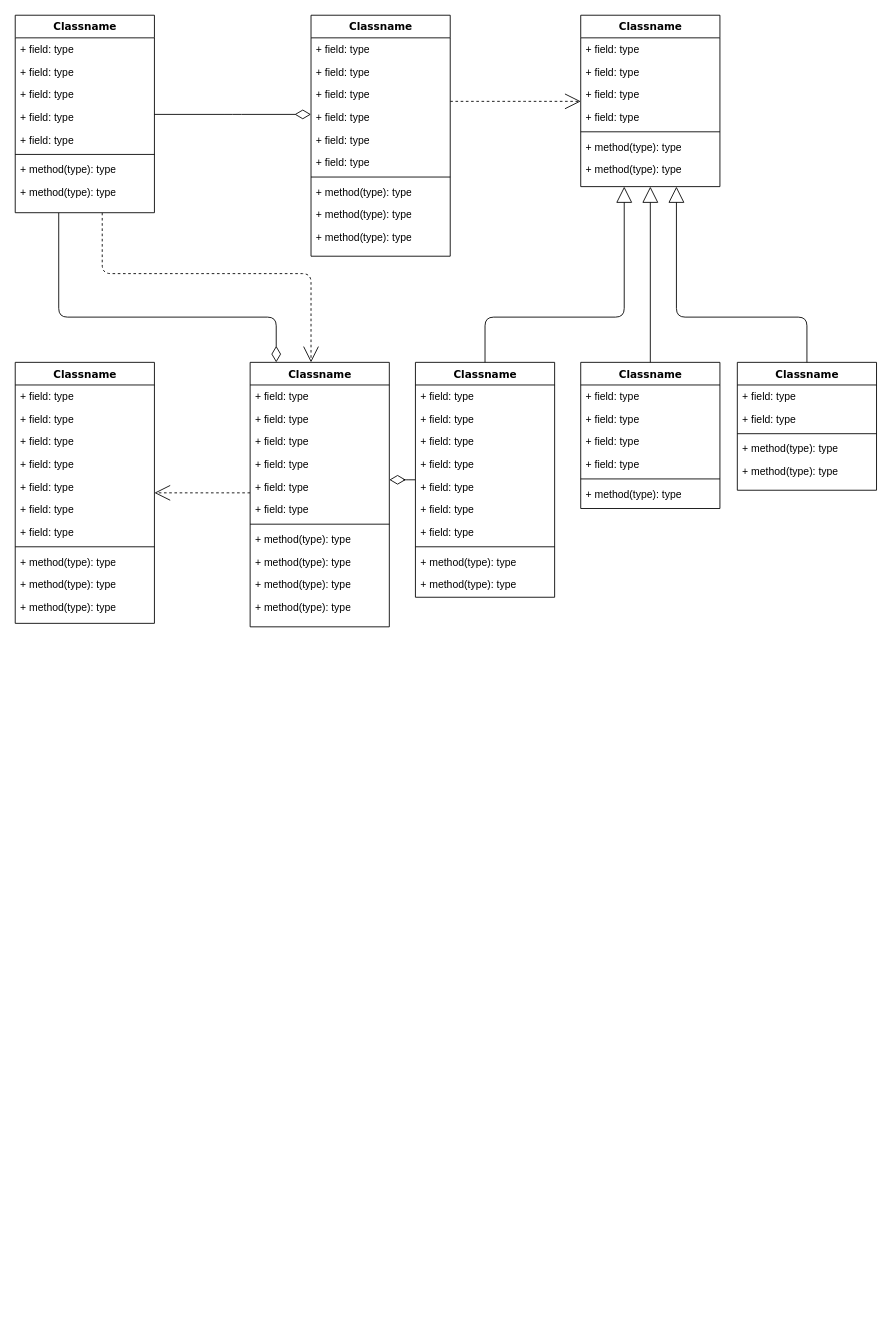
This is Untitled Diagram.drawio from jianghaicheng/HelloWorld, a draw.io file, before an edit. Source tidied: cells renumbered, new cells numbered last; positions are measured from the earlier drawing's top-left corner, leaving out a move shared by most shapes. Both pictures are drawn from the tidied source at 87%, with x=0, y=0 at pixel (15, 15).
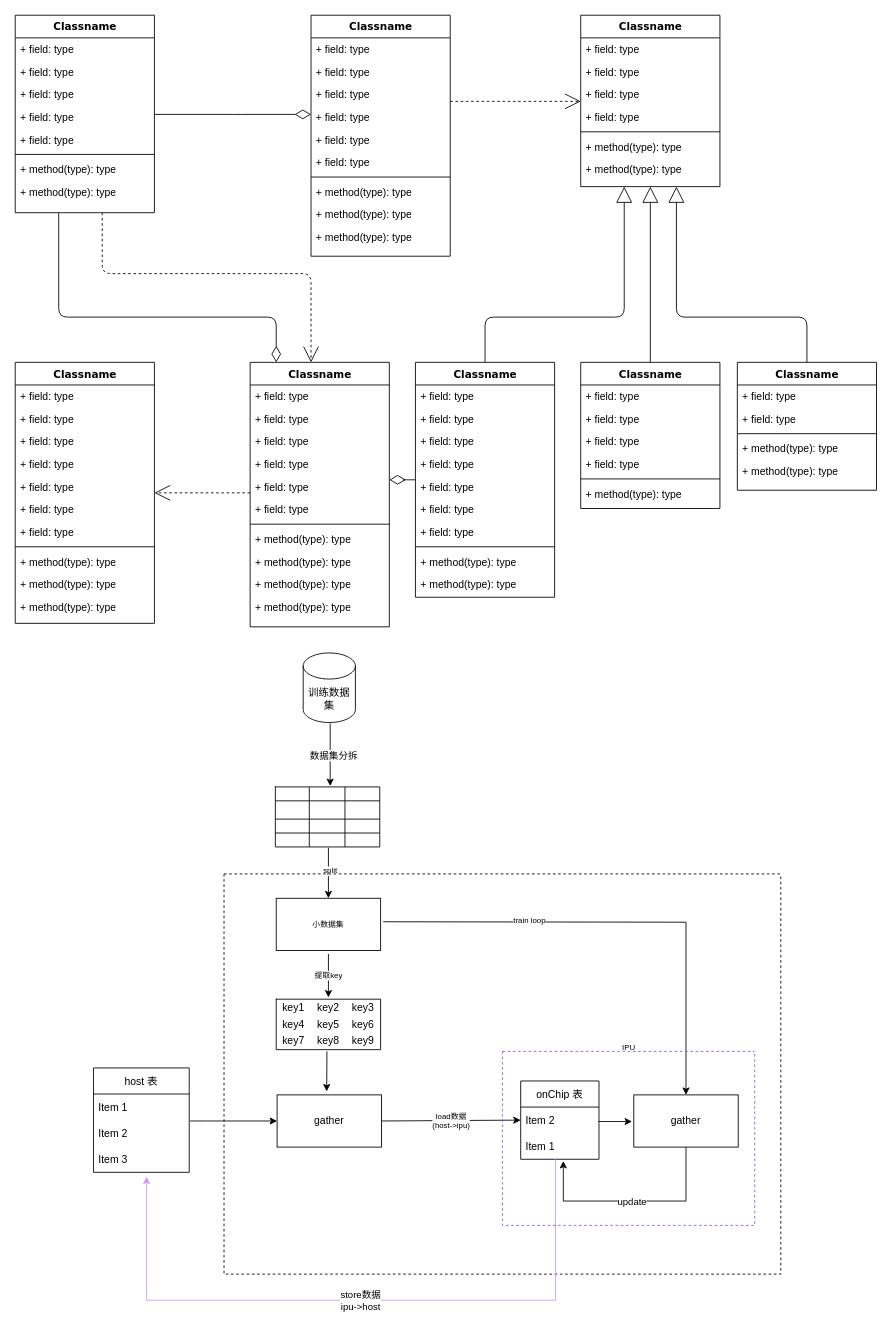
Above is the later version.

Change to the diagram source:
```diff
@@
+    <mxCell id="87" value="gather" style="rounded=0;whiteSpace=wrap;html=1;" parent="1" vertex="1">
+      <mxGeometry x="711" y="1241" width="120" height="60" as="geometry" />
+    </mxCell>
+    <mxCell id="88" value="gather" style="rounded=0;whiteSpace=wrap;html=1;" parent="1" vertex="1">
+      <mxGeometry x="301" y="1241" width="120" height="60" as="geometry" />
+    </mxCell>
+    <mxCell id="89" style="edgeStyle=orthogonalEdgeStyle;rounded=0;jettySize=auto;html=1;" parent="1" edge="1" target="88">
+      <mxGeometry relative="1" as="geometry">
+        <mxPoint x="201" y="1271" as="sourcePoint" />
+        <Array as="points">
+          <mxPoint x="220" y="1271" />
+          <mxPoint x="220" y="1271" />
+        </Array>
+      </mxGeometry>
+    </mxCell>
+    <mxCell id="90" style="endArrow=classic;html=1;rounded=0;exitX=0.5;exitY=1;exitDx=0;exitDy=0;" parent="1" edge="1" source="87">
+      <mxGeometry relative="1" as="geometry">
+        <mxPoint x="630" y="1317" as="targetPoint" />
+        <Array as="points">
+          <mxPoint x="771" y="1363" />
+          <mxPoint x="630" y="1363" />
+        </Array>
+      </mxGeometry>
+    </mxCell>
+    <mxCell id="91" value="update" style="edgeLabel;html=1;align=center;verticalAlign=middle;" parent="90" vertex="1">
+      <mxGeometry relative="1" as="geometry" />
+    </mxCell>
+    <mxCell id="92" style="edgeStyle=orthogonalEdgeStyle;rounded=0;orthogonalLoop=1;jettySize=auto;html=1;exitX=1.027;exitY=-0.369;exitDx=0;exitDy=0;exitPerimeter=0;" parent="1" edge="1">
+      <mxGeometry relative="1" as="geometry">
+        <mxPoint x="670.4" y="1271.6" as="sourcePoint" />
+        <mxPoint x="709" y="1271" as="targetPoint" />
+      </mxGeometry>
+    </mxCell>
+    <mxCell id="93" style="edgeStyle=orthogonalEdgeStyle;rounded=0;jettySize=auto;html=1;entryX=0.5;entryY=0;entryDx=0;entryDy=0;" parent="1" edge="1" target="87">
+      <mxGeometry relative="1" as="geometry">
+        <mxPoint x="423" y="1042" as="sourcePoint" />
+      </mxGeometry>
+    </mxCell>
+    <mxCell id="94" value="train loop" style="edgeLabel;html=1;align=center;verticalAlign=middle;fontSize=9;" parent="93" vertex="1">
+      <mxGeometry x="-0.39" y="2" relative="1" as="geometry" />
+    </mxCell>
+    <mxCell id="95" value="训练数据集" style="shape=cylinder3;whiteSpace=wrap;html=1;boundedLbl=1;backgroundOutline=1;size=15;" parent="1" vertex="1">
+      <mxGeometry x="331" y="733" width="60" height="80" as="geometry" />
+    </mxCell>
+    <mxCell id="96" style="edgeStyle=orthogonalEdgeStyle;rounded=0;orthogonalLoop=1;jettySize=auto;html=1;" parent="1" edge="1">
+      <mxGeometry relative="1" as="geometry">
+        <mxPoint x="362" y="814" as="sourcePoint" />
+        <mxPoint x="362" y="886" as="targetPoint" />
+        <Array as="points">
+          <mxPoint x="362" y="886" />
+        </Array>
+      </mxGeometry>
+    </mxCell>
+    <mxCell id="97" value="数据集分拆" style="edgeLabel;html=1;align=center;verticalAlign=middle;" parent="96" vertex="1">
+      <mxGeometry x="-0.01" y="3" relative="1" as="geometry" />
+    </mxCell>
+    <mxCell id="98" style="shape=table;html=1;whiteSpace=wrap;startSize=0;childLayout=tableLayout;" parent="1" vertex="1">
+      <mxGeometry x="299" y="887" width="120" height="69" as="geometry" />
+    </mxCell>
+    <mxCell id="99" style="shape=tableRow;horizontal=0;startSize=0;swimlaneHead=0;swimlaneBody=0;top=0;left=0;bottom=0;right=0;fillColor=none;" parent="98" vertex="1">
+      <mxGeometry width="120" height="16" as="geometry" />
+    </mxCell>
+    <mxCell id="100" style="shape=partialRectangle;html=1;whiteSpace=wrap;fillColor=none;top=0;left=0;bottom=0;right=0;overflow=hidden;" parent="99" vertex="1">
+      <mxGeometry width="39" height="16" as="geometry" />
+    </mxCell>
+    <mxCell id="101" style="shape=partialRectangle;html=1;whiteSpace=wrap;fillColor=none;top=0;left=0;bottom=0;right=0;overflow=hidden;" parent="99" vertex="1">
+      <mxGeometry x="39" width="41" height="16" as="geometry" />
+    </mxCell>
+    <mxCell id="102" style="shape=partialRectangle;html=1;whiteSpace=wrap;fillColor=none;top=0;left=0;bottom=0;right=0;overflow=hidden;" parent="99" vertex="1">
+      <mxGeometry x="80" width="40" height="16" as="geometry" />
+    </mxCell>
+    <mxCell id="103" style="shape=tableRow;horizontal=0;startSize=0;swimlaneHead=0;swimlaneBody=0;top=0;left=0;bottom=0;right=0;fillColor=none;" parent="98" vertex="1">
+      <mxGeometry y="16" width="120" height="21" as="geometry" />
+    </mxCell>
+    <mxCell id="104" style="shape=partialRectangle;html=1;whiteSpace=wrap;fillColor=none;top=0;left=0;bottom=0;right=0;overflow=hidden;" parent="103" vertex="1">
+      <mxGeometry width="39" height="21" as="geometry" />
+    </mxCell>
+    <mxCell id="105" style="shape=partialRectangle;html=1;whiteSpace=wrap;fillColor=none;top=0;left=0;bottom=0;right=0;overflow=hidden;" parent="103" vertex="1">
+      <mxGeometry x="39" width="41" height="21" as="geometry" />
+    </mxCell>
+    <mxCell id="106" style="shape=partialRectangle;html=1;whiteSpace=wrap;fillColor=none;top=0;left=0;bottom=0;right=0;overflow=hidden;" parent="103" vertex="1">
+      <mxGeometry x="80" width="40" height="21" as="geometry" />
+    </mxCell>
+    <mxCell id="107" style="shape=tableRow;horizontal=0;startSize=0;swimlaneHead=0;swimlaneBody=0;top=0;left=0;bottom=0;right=0;fillColor=none;" parent="98" vertex="1">
+      <mxGeometry y="37" width="120" height="16" as="geometry" />
+    </mxCell>
+    <mxCell id="108" style="shape=partialRectangle;html=1;whiteSpace=wrap;fillColor=none;top=0;left=0;bottom=0;right=0;overflow=hidden;" parent="107" vertex="1">
+      <mxGeometry width="39" height="16" as="geometry" />
+    </mxCell>
+    <mxCell id="109" style="shape=partialRectangle;html=1;whiteSpace=wrap;fillColor=none;top=0;left=0;bottom=0;right=0;overflow=hidden;" parent="107" vertex="1">
+      <mxGeometry x="39" width="41" height="16" as="geometry" />
+    </mxCell>
+    <mxCell id="110" style="shape=partialRectangle;html=1;whiteSpace=wrap;fillColor=none;top=0;left=0;bottom=0;right=0;overflow=hidden;" parent="107" vertex="1">
+      <mxGeometry x="80" width="40" height="16" as="geometry" />
+    </mxCell>
+    <mxCell id="111" style="shape=tableRow;horizontal=0;startSize=0;swimlaneHead=0;swimlaneBody=0;top=0;left=0;bottom=0;right=0;fillColor=none;" parent="98" vertex="1">
+      <mxGeometry y="53" width="120" height="16" as="geometry" />
+    </mxCell>
+    <mxCell id="112" style="shape=partialRectangle;html=1;whiteSpace=wrap;fillColor=none;top=0;left=0;bottom=0;right=0;overflow=hidden;" parent="111" vertex="1">
+      <mxGeometry width="39" height="16" as="geometry" />
+    </mxCell>
+    <mxCell id="113" style="shape=partialRectangle;html=1;whiteSpace=wrap;fillColor=none;top=0;left=0;bottom=0;right=0;overflow=hidden;" parent="111" vertex="1">
+      <mxGeometry x="39" width="41" height="16" as="geometry" />
+    </mxCell>
+    <mxCell id="114" style="shape=partialRectangle;html=1;whiteSpace=wrap;fillColor=none;top=0;left=0;bottom=0;right=0;overflow=hidden;" parent="111" vertex="1">
+      <mxGeometry x="80" width="40" height="16" as="geometry" />
+    </mxCell>
+    <mxCell id="115" value="host 表" style="swimlane;fontStyle=0;horizontal=1;startSize=30;" parent="1" vertex="1">
+      <mxGeometry x="90" y="1210" width="110" height="120" as="geometry" />
+    </mxCell>
+    <mxCell id="116" value="Item 1" style="text;strokeColor=none;fillColor=none;align=left;verticalAlign=middle;spacingLeft=4;spacingRight=4;overflow=hidden;" parent="115" vertex="1">
+      <mxGeometry y="30" width="110" height="30" as="geometry" />
+    </mxCell>
+    <mxCell id="117" value="Item 2" style="text;strokeColor=none;fillColor=none;align=left;verticalAlign=middle;spacingLeft=4;spacingRight=4;overflow=hidden;" parent="115" vertex="1">
+      <mxGeometry y="60" width="110" height="30" as="geometry" />
+    </mxCell>
+    <mxCell id="118" value="Item 3" style="text;strokeColor=none;fillColor=none;align=left;verticalAlign=middle;spacingLeft=4;spacingRight=4;overflow=hidden;" parent="115" vertex="1">
+      <mxGeometry y="90" width="110" height="30" as="geometry" />
+    </mxCell>
+    <mxCell id="119" value="onChip 表" style="swimlane;fontStyle=0;horizontal=1;startSize=30;" parent="1" vertex="1">
+      <mxGeometry x="581" y="1225" width="90" height="90" as="geometry" />
+    </mxCell>
+    <mxCell id="120" value="Item 2" style="text;strokeColor=none;fillColor=none;align=left;verticalAlign=middle;spacingLeft=4;spacingRight=4;overflow=hidden;points=[[0,0.5],[1,0.5]];portConstraint=eastwest;" parent="119" vertex="1">
+      <mxGeometry y="30" width="90" height="30" as="geometry" />
+    </mxCell>
+    <mxCell id="121" value="Item 1" style="text;strokeColor=none;fillColor=none;align=left;verticalAlign=middle;spacingLeft=4;spacingRight=4;overflow=hidden;" parent="119" vertex="1">
+      <mxGeometry y="60" width="90" height="30" as="geometry" />
+    </mxCell>
+    <mxCell id="122" value="load数据&lt;br&gt;(host-&amp;gt;ipu)" style="endArrow=classic;html=1;rounded=0;fontSize=9;entryX=0;entryY=0.5;entryDx=0;entryDy=0;exitX=1;exitY=0.5;exitDx=0;exitDy=0;" parent="1" edge="1" source="88" target="120">
+      <mxGeometry relative="1" as="geometry" />
+    </mxCell>
+    <mxCell id="123" style="shape=table;html=1;whiteSpace=wrap;startSize=0;childLayout=tableLayout;columnLines=0;rowLines=0;fontSize=9;" parent="1" vertex="1">
+      <mxGeometry x="300" y="1131" width="120" height="58" as="geometry" />
+    </mxCell>
+    <mxCell id="124" style="shape=tableRow;horizontal=0;startSize=0;swimlaneHead=0;swimlaneBody=0;top=0;left=0;bottom=0;right=0;fillColor=none;fontSize=9;" parent="123" vertex="1">
+      <mxGeometry width="120" height="20" as="geometry" />
+    </mxCell>
+    <mxCell id="125" value="key1" style="shape=partialRectangle;html=1;whiteSpace=wrap;fillColor=none;top=0;left=0;bottom=0;right=0;overflow=hidden;fontSize=12;" parent="124" vertex="1">
+      <mxGeometry width="40" height="20" as="geometry" />
+    </mxCell>
+    <mxCell id="126" value="key2" style="shape=partialRectangle;html=1;whiteSpace=wrap;fillColor=none;top=0;left=0;bottom=0;right=0;overflow=hidden;fontSize=12;" parent="124" vertex="1">
+      <mxGeometry x="40" width="40" height="20" as="geometry" />
+    </mxCell>
+    <mxCell id="127" value="key3" style="shape=partialRectangle;html=1;whiteSpace=wrap;fillColor=none;top=0;left=0;bottom=0;right=0;overflow=hidden;fontSize=12;" parent="124" vertex="1">
+      <mxGeometry x="80" width="40" height="20" as="geometry" />
+    </mxCell>
+    <mxCell id="128" style="shape=tableRow;horizontal=0;startSize=0;swimlaneHead=0;swimlaneBody=0;top=0;left=0;bottom=0;right=0;fillColor=none;fontSize=9;" parent="123" vertex="1">
+      <mxGeometry y="20" width="120" height="18" as="geometry" />
+    </mxCell>
+    <mxCell id="129" value="key4" style="shape=partialRectangle;html=1;whiteSpace=wrap;fillColor=none;top=0;left=0;bottom=0;right=0;overflow=hidden;fontSize=12;" parent="128" vertex="1">
+      <mxGeometry width="40" height="18" as="geometry" />
+    </mxCell>
+    <mxCell id="130" value="key5" style="shape=partialRectangle;html=1;whiteSpace=wrap;fillColor=none;top=0;left=0;bottom=0;right=0;overflow=hidden;fontSize=12;" parent="128" vertex="1">
+      <mxGeometry x="40" width="40" height="18" as="geometry" />
+    </mxCell>
+    <mxCell id="131" value="key6" style="shape=partialRectangle;html=1;whiteSpace=wrap;fillColor=none;top=0;left=0;bottom=0;right=0;overflow=hidden;fontSize=12;" parent="128" vertex="1">
+      <mxGeometry x="80" width="40" height="18" as="geometry" />
+    </mxCell>
+    <mxCell id="132" style="shape=tableRow;horizontal=0;startSize=0;swimlaneHead=0;swimlaneBody=0;top=0;left=0;bottom=0;right=0;fillColor=none;fontSize=9;" parent="123" vertex="1">
+      <mxGeometry y="38" width="120" height="20" as="geometry" />
+    </mxCell>
+    <mxCell id="133" value="key7" style="shape=partialRectangle;html=1;whiteSpace=wrap;fillColor=none;top=0;left=0;bottom=0;right=0;overflow=hidden;fontSize=12;" parent="132" vertex="1">
+      <mxGeometry width="40" height="20" as="geometry" />
+    </mxCell>
+    <mxCell id="134" value="key8" style="shape=partialRectangle;html=1;whiteSpace=wrap;fillColor=none;top=0;left=0;bottom=0;right=0;overflow=hidden;fontSize=12;" parent="132" vertex="1">
+      <mxGeometry x="40" width="40" height="20" as="geometry" />
+    </mxCell>
+    <mxCell id="135" value="key9" style="shape=partialRectangle;html=1;whiteSpace=wrap;fillColor=none;top=0;left=0;bottom=0;right=0;overflow=hidden;fontSize=12;" parent="132" vertex="1">
+      <mxGeometry x="80" width="40" height="20" as="geometry" />
+    </mxCell>
+    <mxCell id="136" value="小数据集" style="rounded=0;whiteSpace=wrap;html=1;fontSize=9;" parent="1" vertex="1">
+      <mxGeometry x="300" y="1015" width="120" height="60" as="geometry" />
+    </mxCell>
+    <mxCell id="137" style="endArrow=classic;html=1;rounded=0;fontSize=9;entryX=0.5;entryY=0;entryDx=0;entryDy=0;" parent="1" edge="1" target="136">
+      <mxGeometry relative="1" as="geometry">
+        <mxPoint x="360" y="957" as="sourcePoint" />
+      </mxGeometry>
+    </mxCell>
+    <mxCell id="138" value="split" style="edgeLabel;html=1;align=center;verticalAlign=middle;fontSize=9;" parent="137" vertex="1">
+      <mxGeometry x="-0.11" y="1" relative="1" as="geometry" />
+    </mxCell>
+    <mxCell id="139" value="提取key" style="endArrow=classic;html=1;rounded=0;fontSize=9;" parent="1" edge="1">
+      <mxGeometry relative="1" as="geometry">
+        <mxPoint x="360" y="1079" as="sourcePoint" />
+        <mxPoint x="360" y="1129" as="targetPoint" />
+      </mxGeometry>
+    </mxCell>
+    <mxCell id="140" style="swimlane;startSize=0;fontSize=9;dashed=1;fillColor=#dae8fc;strokeColor=#000000;" parent="1" vertex="1">
+      <mxGeometry x="240" y="987" width="640" height="460" as="geometry" />
+    </mxCell>
+    <mxCell id="141" style="swimlane;startSize=0;dashed=1;fontSize=9;strokeColor=#6666FF;" parent="140" vertex="1">
+      <mxGeometry x="320" y="204" width="290" height="200" as="geometry" />
+    </mxCell>
+    <mxCell id="142" style="endArrow=classic;html=1;rounded=0;fontSize=9;" parent="140" edge="1">
+      <mxGeometry relative="1" as="geometry">
+        <mxPoint x="118.3" y="204" as="sourcePoint" />
+        <mxPoint x="118" y="250" as="targetPoint" />
+      </mxGeometry>
+    </mxCell>
+    <mxCell id="143" value="IPU" style="text;html=1;align=center;verticalAlign=middle;strokeColor=none;fillColor=none;fontSize=9;" parent="140" vertex="1">
+      <mxGeometry x="445" y="190" width="40" height="20" as="geometry" />
+    </mxCell>
+    <mxCell id="144" style="endArrow=classic;html=1;exitX=0.5;exitY=1;exitDx=0;exitDy=0;rounded=0;strokeColor=#CC99FF;" parent="140" edge="1">
+      <mxGeometry relative="1" as="geometry">
+        <mxPoint x="381" y="328" as="sourcePoint" />
+        <mxPoint x="-89" y="348" as="targetPoint" />
+        <Array as="points">
+          <mxPoint x="381" y="490" />
+          <mxPoint x="-89" y="490" />
+        </Array>
+      </mxGeometry>
+    </mxCell>
+    <mxCell id="145" value="store数据&lt;br&gt;ipu-&amp;gt;host" style="edgeLabel;html=1;align=center;verticalAlign=middle;" parent="144" vertex="1">
+      <mxGeometry relative="1" as="geometry" />
+    </mxCell>
```
